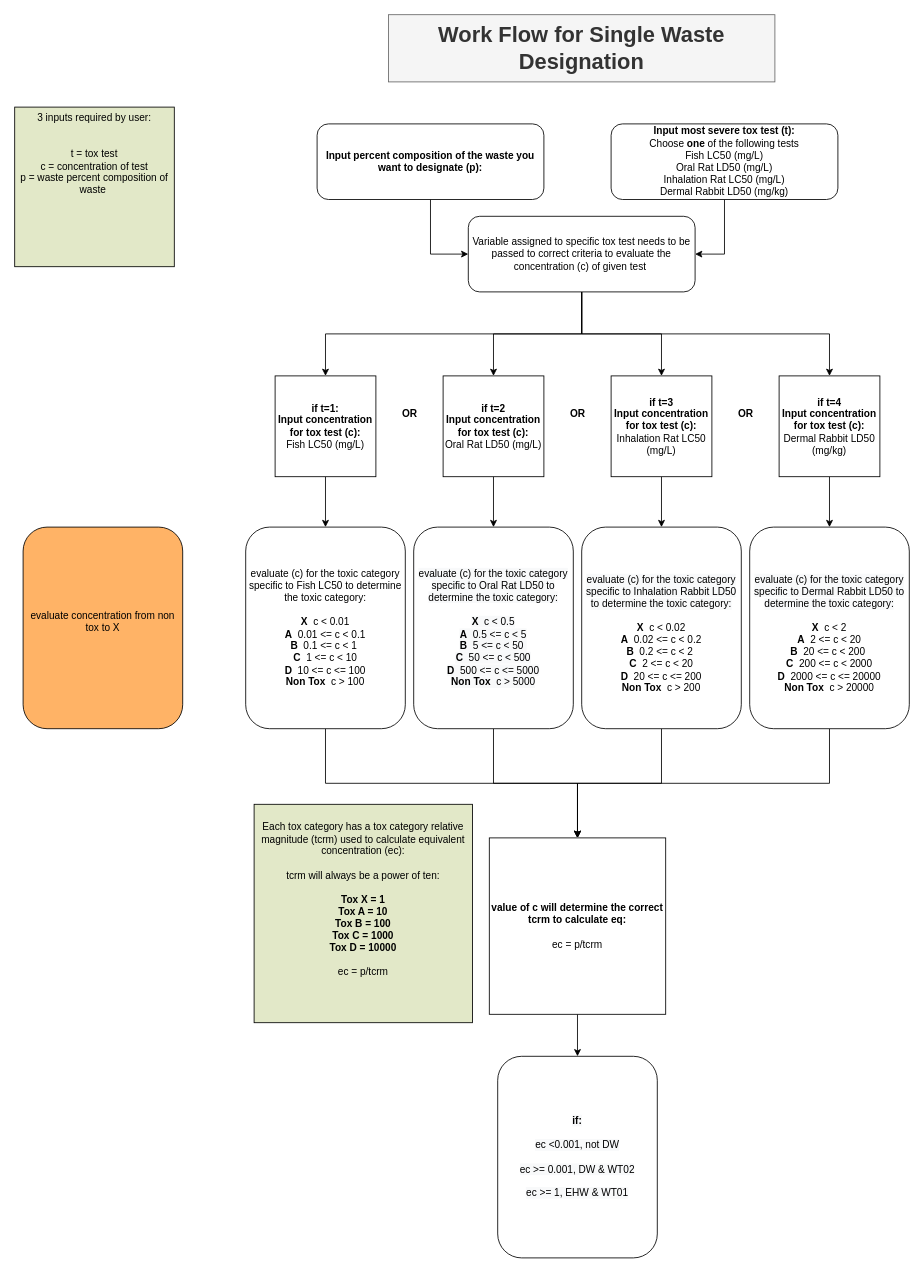
Before: Untitled Diagram.drawio in PhoenixTagal/Haku, a draw.io diagram. Source tidied: cells renumbered, new cells numbered last; positions are measured from the earlier drawing's top-left corner, leaving out a move shared by most shapes. Both pictures are drawn from the tidied source at 84%, with x=0, y=0 at pixel (14, 14).
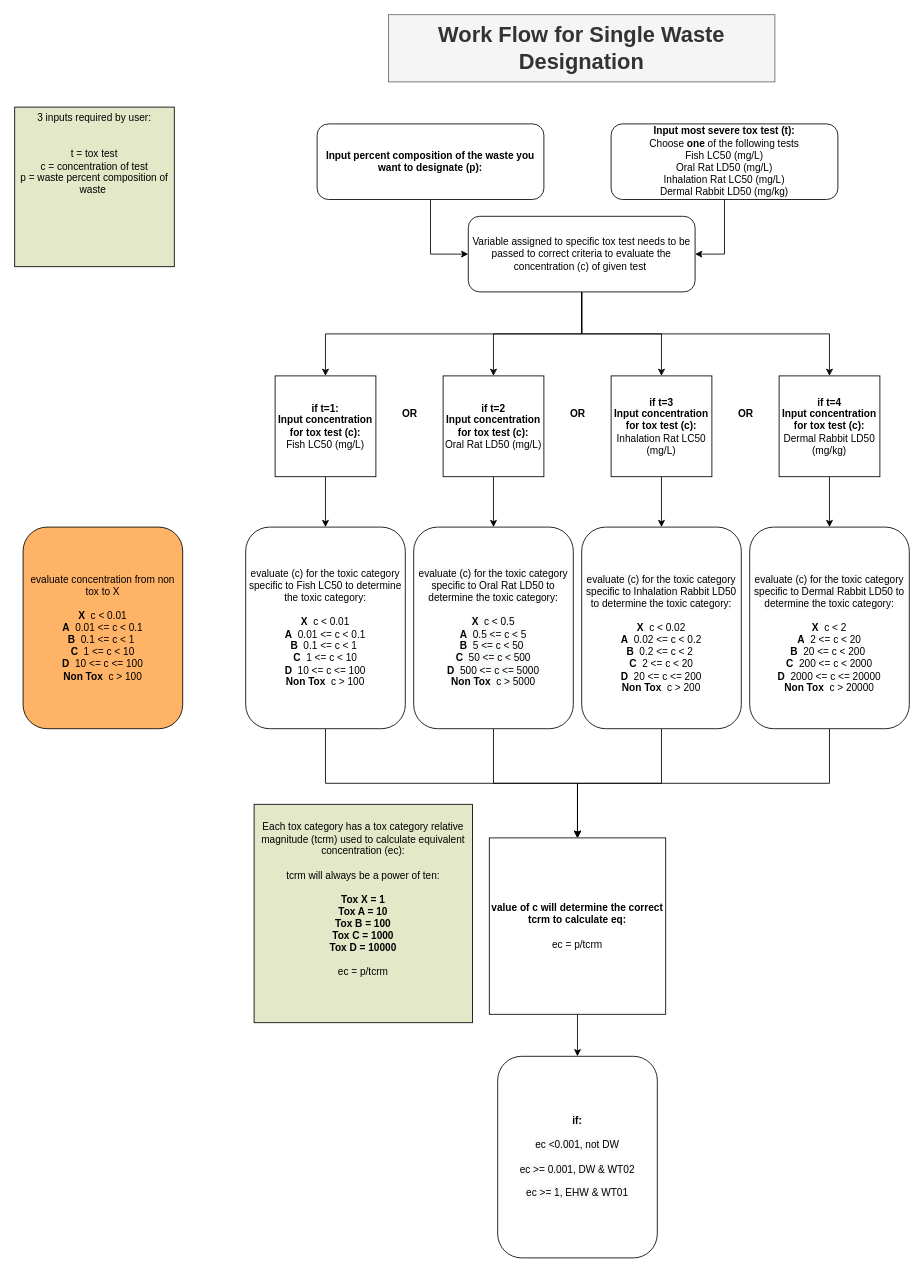
The same page after the edit.

Diff of the diagram source:
```diff
@@
-    <mxCell id="36" value="evaluate concentration from non tox to X&lt;br&gt;&lt;br&gt;" style="rounded=1;whiteSpace=wrap;html=1;fillColor=#FFB366;" parent="1" vertex="1">
+    <mxCell id="36" value="evaluate concentration from non tox to X&lt;br&gt;&lt;br&gt;&lt;b style=&quot;border-color: var(--border-color);&quot;&gt;X&lt;/b&gt;&amp;nbsp; c &amp;lt; 0.01&lt;br style=&quot;border-color: var(--border-color);&quot;&gt;&lt;b style=&quot;border-color: var(--border-color);&quot;&gt;A&lt;/b&gt;&amp;nbsp; 0.01 &amp;lt;= c &amp;lt; 0.1&lt;br style=&quot;border-color: var(--border-color);&quot;&gt;&lt;b style=&quot;border-color: var(--border-color);&quot;&gt;B&lt;/b&gt;&amp;nbsp; 0.1 &amp;lt;= c &amp;lt; 1&amp;nbsp;&lt;br style=&quot;border-color: var(--border-color);&quot;&gt;&lt;b style=&quot;border-color: var(--border-color);&quot;&gt;C&lt;/b&gt;&amp;nbsp; 1 &amp;lt;= c &amp;lt; 10&lt;br style=&quot;border-color: var(--border-color);&quot;&gt;&lt;b style=&quot;border-color: var(--border-color);&quot;&gt;D&lt;/b&gt;&amp;nbsp; 10 &amp;lt;= c &amp;lt;= 100&lt;br style=&quot;border-color: var(--border-color);&quot;&gt;&lt;b style=&quot;border-color: var(--border-color);&quot;&gt;Non Tox&amp;nbsp;&amp;nbsp;&lt;/b&gt;c &amp;gt; 100" style="rounded=1;whiteSpace=wrap;html=1;fillColor=#FFB366;" parent="1" vertex="1">
       <mxGeometry x="10" y="610" width="190" height="240" as="geometry" />
     </mxCell>
```
